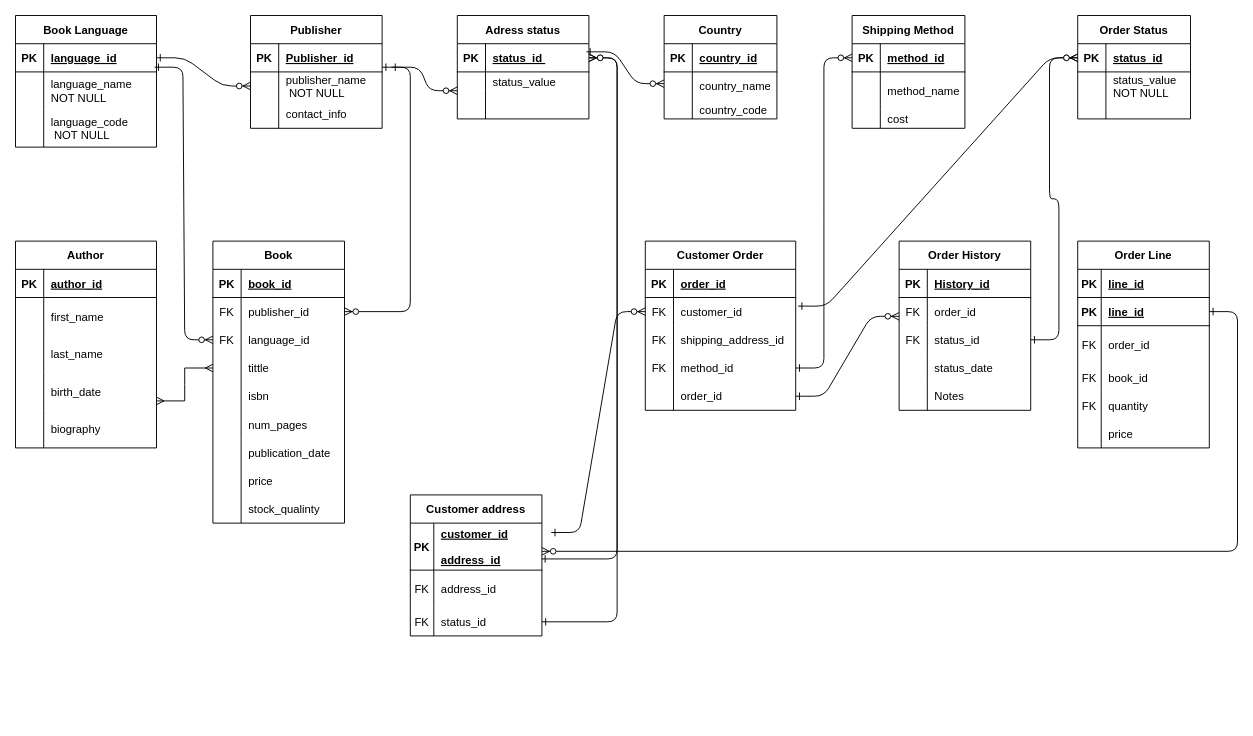
Before: Untitled Diagram.drawio in Joy-kitet/DatabaseGroupAssignment, a draw.io diagram. Source tidied: cells renumbered, new cells numbered last; positions are measured from the earlier drawing's top-left corner, leaving out a move shared by most shapes. Both pictures are drawn from the tidied source at 94%, with x=0, y=0 at pixel (15, 15).
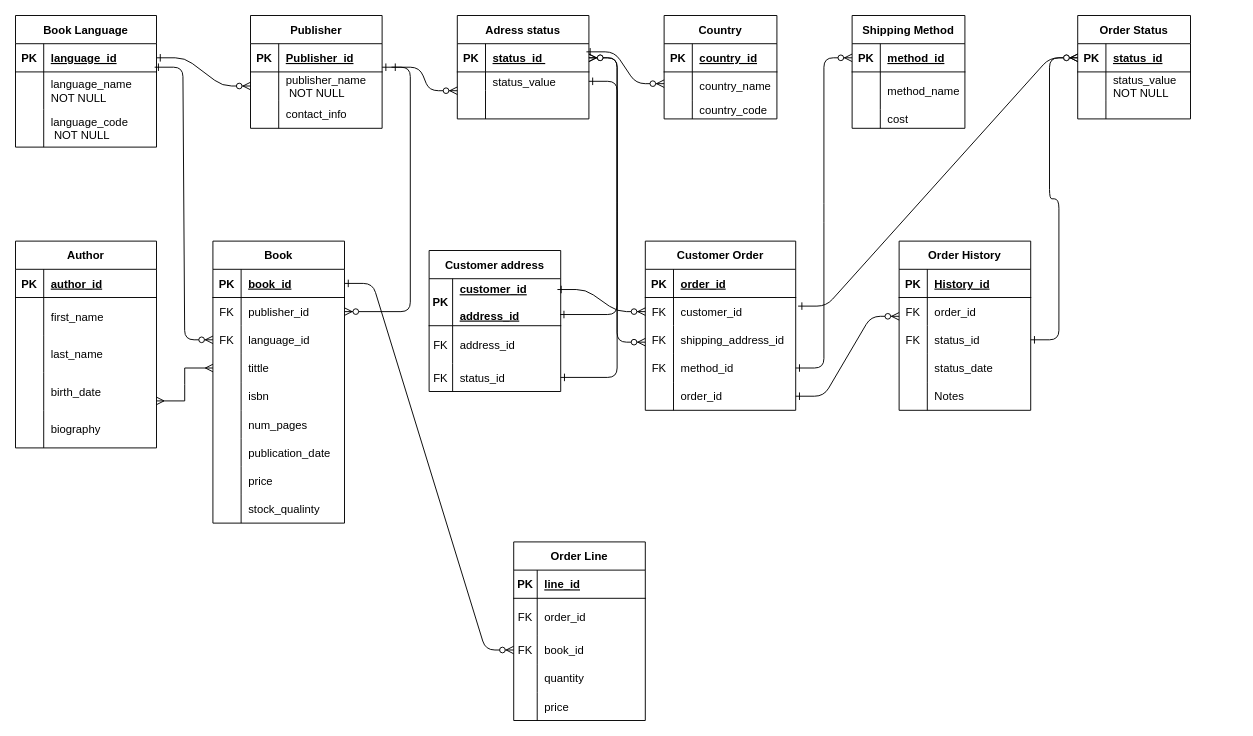
After the change.

Unchanged cells that the change refers to:
```xml
<mxCell id="17" style="shape=partialRectangle;fillColor=none;points=[[0,0.5],[1,0.5]];portConstraint=eastwest;top=0;left=0;right=0;bottom=0;" parent="13" vertex="1">
  <mxGeometry y="60" width="140" height="20" as="geometry" />
</mxCell>
<mxCell id="65" style="shape=partialRectangle;fillColor=none;points=[[0,0.5],[1,0.5]];portConstraint=eastwest;top=0;left=0;right=0;bottom=1;" parent="64" vertex="1">
  <mxGeometry y="30" width="140" height="50" as="geometry" />
</mxCell>
<mxCell id="78" style="shape=partialRectangle;fillColor=none;points=[[0,0.5],[1,0.5]];portConstraint=eastwest;top=0;left=0;right=0;bottom=0;" parent="74" vertex="1">
  <mxGeometry y="60" width="160" height="30" as="geometry" />
</mxCell>
<mxCell id="87" style="shape=partialRectangle;fillColor=none;points=[[0,0.5],[1,0.5]];portConstraint=eastwest;top=0;left=0;right=0;bottom=0;" parent="74" vertex="1">
  <mxGeometry y="150" width="160" height="30" as="geometry" />
</mxCell>
<mxCell id="107" style="shape=partialRectangle;fillColor=none;points=[[0,0.5],[1,0.5]];portConstraint=eastwest;top=0;left=0;right=0;bottom=1;" parent="106" vertex="1">
  <mxGeometry y="30" width="140" height="30" as="geometry" />
</mxCell>
```

Change to the diagram source:
```diff
@@
     <mxCell id="64" value="Customer address" style="shape=table;startSize=30;childLayout=tableLayout;rowLines=0;fontStyle=1;align=center;" parent="1" vertex="1">
-      <mxGeometry x="420" y="510" width="140" height="150" as="geometry" />
+      <mxGeometry x="440" y="250" width="140" height="150" as="geometry" />
     </mxCell>
@@
     <mxCell id="151" value="Order Line" style="shape=table;startSize=30;childLayout=tableLayout;rowLines=0;fontStyle=1;align=center;" parent="1" vertex="1">
-      <mxGeometry x="1130" y="240" width="140" height="220" as="geometry" />
+      <mxGeometry x="530" y="560" width="140" height="190" as="geometry" />
     </mxCell>
@@
-    <mxCell id="155" style="shape=partialRectangle;fillColor=none;top=0;left=0;right=0;bottom=1;" parent="151" vertex="1">
-      <mxGeometry y="60" width="140" height="30" as="geometry" />
-    </mxCell>
-    <mxCell id="156" value="PK" style="shape=partialRectangle;overflow=hidden;fillColor=none;top=0;left=0;bottom=0;right=0;fontStyle=1;" parent="155" vertex="1">
-      <mxGeometry width="25" height="30" as="geometry" />
-    </mxCell>
-    <mxCell id="157" value="line_id" style="shape=partialRectangle;overflow=hidden;fillColor=none;top=0;left=0;bottom=0;right=0;align=left;spacingLeft=6;fontStyle=5;" parent="155" vertex="1">
-      <mxGeometry x="25" width="115" height="30" as="geometry" />
-    </mxCell>
     <mxCell id="158" style="shape=partialRectangle;fillColor=none;top=0;left=0;right=0;bottom=0;" parent="151" vertex="1">
-      <mxGeometry y="90" width="140" height="40" as="geometry" />
+      <mxGeometry y="60" width="140" height="40" as="geometry" />
     </mxCell>
@@
     <mxCell id="161" style="shape=partialRectangle;fillColor=none;points=[[0,0.5],[1,0.5]];portConstraint=eastwest;top=0;left=0;right=0;bottom=0;" parent="151" vertex="1">
-      <mxGeometry y="130" width="140" height="30" as="geometry" />
+      <mxGeometry y="100" width="140" height="30" as="geometry" />
     </mxCell>
@@
     <mxCell id="164" style="shape=partialRectangle;fillColor=none;top=0;left=0;right=0;bottom=0;" parent="151" vertex="1">
-      <mxGeometry y="160" width="140" height="30" as="geometry" />
+      <mxGeometry y="130" width="140" height="30" as="geometry" />
     </mxCell>
-    <mxCell id="165" value="FK" style="shape=partialRectangle;overflow=hidden;fillColor=none;top=0;left=0;bottom=0;right=0;" parent="164" vertex="1">
+    <mxCell id="165" style="shape=partialRectangle;overflow=hidden;fillColor=none;top=0;left=0;bottom=0;right=0;" parent="164" vertex="1">
       <mxGeometry width="25" height="30" as="geometry" />
     </mxCell>
@@
     <mxCell id="167" style="shape=partialRectangle;fillColor=none;top=0;left=0;right=0;bottom=0;" parent="151" vertex="1">
-      <mxGeometry y="190" width="140" height="30" as="geometry" />
+      <mxGeometry y="160" width="140" height="30" as="geometry" />
     </mxCell>
@@
-    <mxCell id="174" style="edgeStyle=entityRelationEdgeStyle;endArrow=ERzeroToMany;startArrow=ERone;endFill=1;startFill=0;entryX=0;entryY=0.5;entryDx=0;entryDy=0;exitX=1.071;exitY=0.2;exitDx=0;exitDy=0;exitPerimeter=0;" parent="1" edge="1" source="65" target="78">
+    <mxCell id="174" style="edgeStyle=entityRelationEdgeStyle;endArrow=ERzeroToMany;startArrow=ERone;endFill=1;startFill=0;entryX=0;entryY=0.5;entryDx=0;entryDy=0;exitX=0.975;exitY=0.23;exitDx=0;exitDy=0;exitPerimeter=0;" parent="1" edge="1" source="65" target="78">
       <mxGeometry relative="1" as="geometry">
         <Array as="points">
           <mxPoint x="610" y="335" />
           <mxPoint x="620" y="325" />
         </Array>
       </mxGeometry>
     </mxCell>
@@
-    <mxCell id="178" style="edgeStyle=entityRelationEdgeStyle;endArrow=ERzeroToMany;startArrow=ERone;endFill=1;startFill=0;exitX=1.071;exitY=0.2;exitDx=0;exitDy=0;exitPerimeter=0;entryX=1;entryY=0.6;entryDx=0;entryDy=0;entryPerimeter=0;" parent="1" edge="1" target="65">
-      <mxGeometry relative="1" as="geometry">
-        <mxPoint x="1270" y="315" as="sourcePoint" />
-        <Array as="points">
-          <mxPoint x="1310" y="100" />
-          <mxPoint x="1320" y="90" />
-        </Array>
-      </mxGeometry>
-    </mxCell>
-    <mxCell id="179" style="edgeStyle=entityRelationEdgeStyle;endArrow=ERzeroToMany;startArrow=ERone;endFill=1;startFill=0;entryX=0;entryY=0.5;entryDx=0;entryDy=0;exitX=1;exitY=0.5;exitDx=0;exitDy=0;" parent="1" edge="1" source="87">
+    <mxCell id="179" style="edgeStyle=entityRelationEdgeStyle;endArrow=ERzeroToMany;startArrow=ERone;endFill=1;startFill=0;entryX=0;entryY=0.5;entryDx=0;entryDy=0;exitX=1;exitY=0.5;exitDx=0;exitDy=0;fontStyle=1;" parent="1" edge="1" source="87">
       <mxGeometry relative="1" as="geometry">
         <mxPoint x="940" y="320" as="targetPoint" />
         <Array as="points">
           <mxPoint x="880" y="340" />
           <mxPoint x="890" y="330" />
         </Array>
       </mxGeometry>
     </mxCell>
@@
+    <mxCell id="182" style="edgeStyle=entityRelationEdgeStyle;endArrow=ERzeroToMany;startArrow=ERone;endFill=1;startFill=0;exitX=1;exitY=0.5;exitDx=0;exitDy=0;" parent="1" edge="1" source="107" target="161">
+      <mxGeometry relative="1" as="geometry">
+        <Array as="points">
+          <mxPoint x="700" y="640" />
+          <mxPoint x="1180" y="650" />
+          <mxPoint x="1120" y="590" />
+          <mxPoint x="1130" y="580" />
+          <mxPoint x="1180" y="750" />
+          <mxPoint x="1160" y="750" />
+        </Array>
+      </mxGeometry>
+    </mxCell>
+    <mxCell id="183" style="edgeStyle=entityRelationEdgeStyle;endArrow=ERzeroToMany;startArrow=ERone;endFill=1;startFill=0;entryX=0;entryY=0.5;entryDx=0;entryDy=0;exitX=1;exitY=0.5;exitDx=0;exitDy=0;" parent="1" edge="1" source="17">
+      <mxGeometry relative="1" as="geometry">
+        <mxPoint x="670" y="347.5" as="targetPoint" />
+        <Array as="points">
+          <mxPoint x="630" y="80" />
+          <mxPoint x="610" y="367.5" />
+          <mxPoint x="620" y="357.5" />
+        </Array>
+      </mxGeometry>
+    </mxCell>
```
